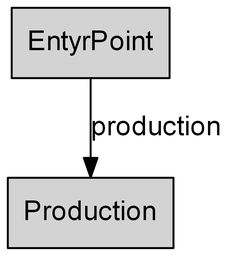
Earlier version of the Graphviz export RoboPlant.Server/ApiMap/RoboPlantApiMap.png (MathiasReichardt/RoboPlant). Its source is kept beside it as RoboPlant.Server/ApiMap/RoboPlantApiMap.dot.
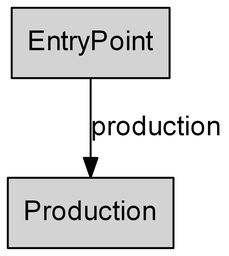
The same diagram one commit later.

Commit message:
Fix typo in ApiMap

Diff of the diagram source:
```diff
@@ -1,7 +1,7 @@
 /* no self links */
 
 Digraph {
-    graph [ dpi = 600 ];
+    graph [ dpi = 300 ];
     labelloc="t";
     labeljust=left;
     fontname="arial"
@@ -10,5 +10,5 @@
     node [shape=box,style=filled, fontname = "arial"];
     edge [fontname = "arial"];
 
-    EntyrPoint -> Production[label="production"];
+    EntryPoint -> Production[label="production"];
 }
```
